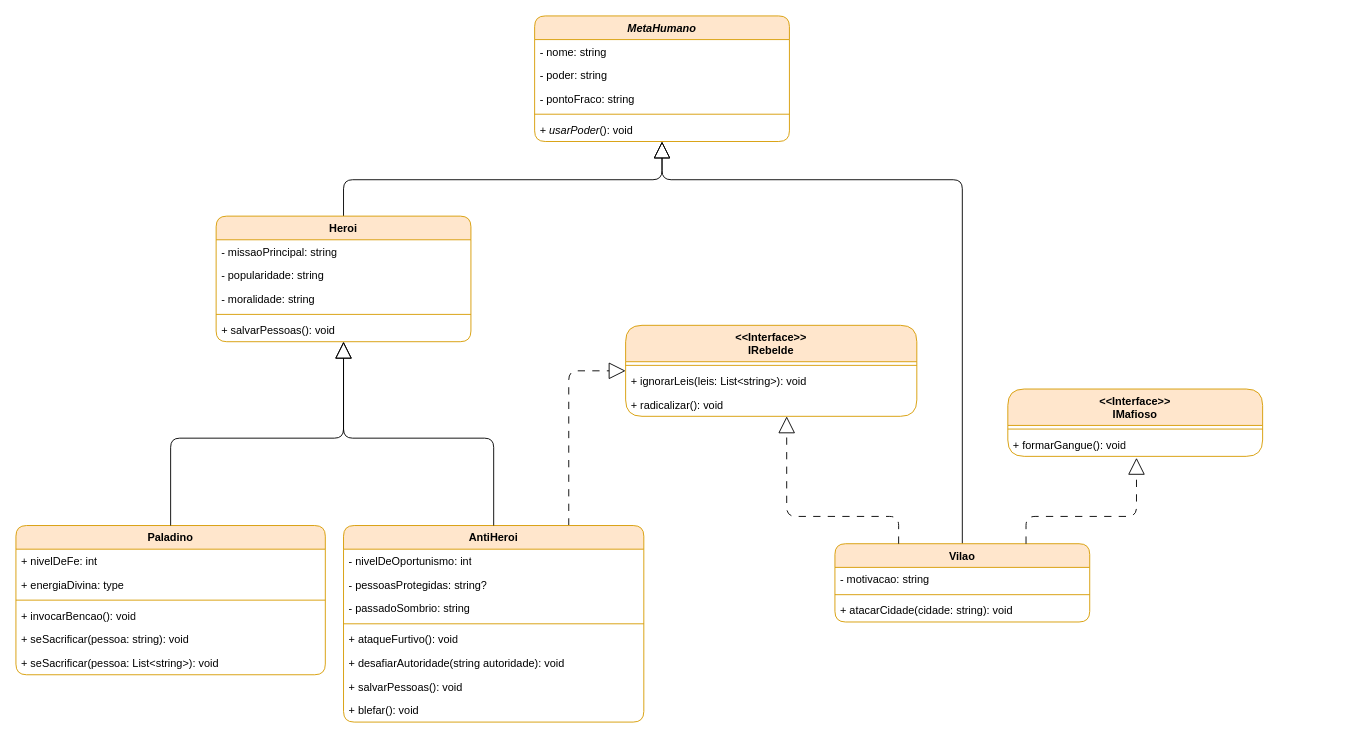
The draw.io diagram docs/Diagrama de Classes MetaHumano.drawio in VitorPaulinoG/Metahumanos, before the edit. Source tidied: cells renumbered, new cells numbered last; positions are measured from the earlier drawing's top-left corner, leaving out a move shared by most shapes. Both pictures are drawn from the tidied source at 91%, with x=0, y=0 at pixel (15, 15).
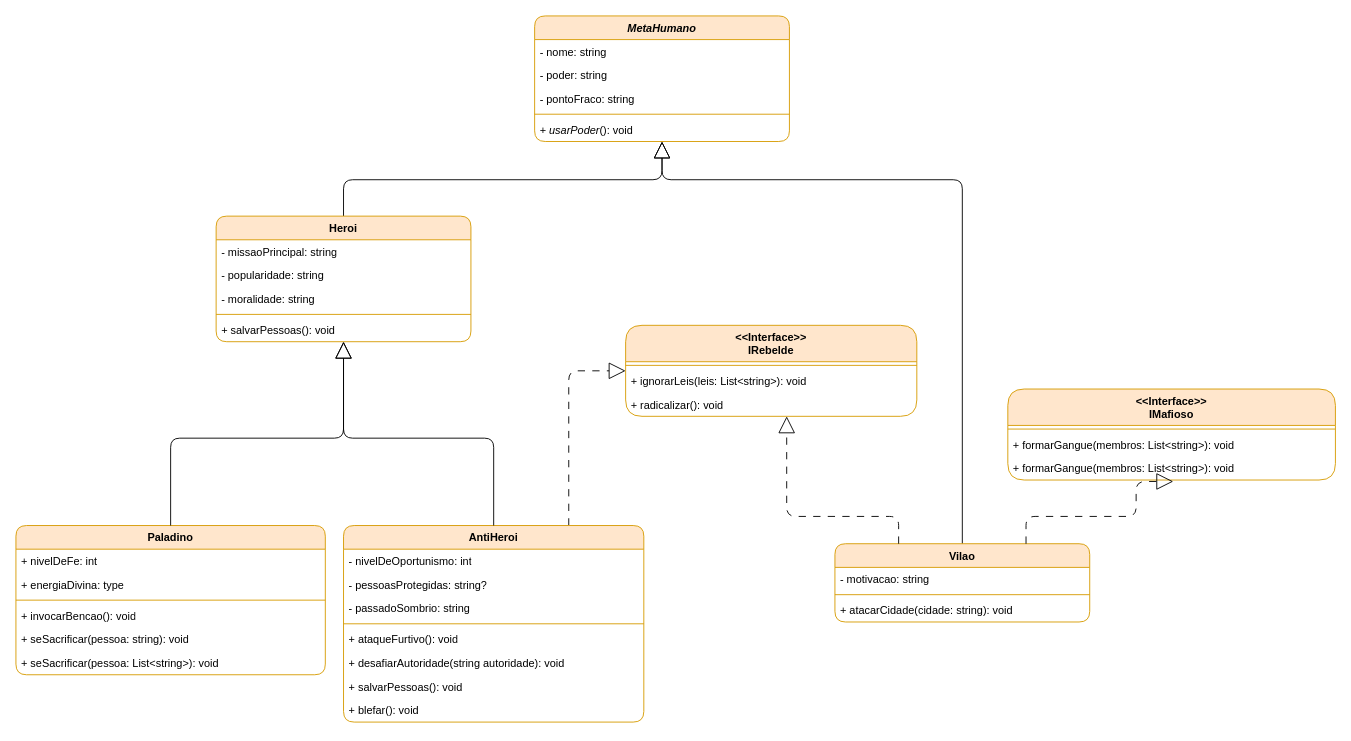
Above is the later version.

What changed in the source:
```diff
@@
     <mxCell id="43" value="&lt;div&gt;&lt;font face=&quot;Cascadia Code&quot;&gt;&amp;lt;&amp;lt;Interface&amp;gt;&amp;gt;&lt;/font&gt;&lt;/div&gt;&lt;div&gt;&lt;font face=&quot;Cascadia Code&quot;&gt;IMafioso&lt;/font&gt;&lt;/div&gt;" style="swimlane;fontStyle=1;align=center;verticalAlign=top;horizontal=1;startSize=40;whiteSpace=wrap;html=1;rounded=1;fillColor=#ffe6cc;strokeColor=#d79b00;" parent="1" vertex="1">
-      <mxGeometry x="1090" y="410" width="280" height="74" as="geometry" />
+      <mxGeometry x="1090" y="410" width="360" height="100" as="geometry" />
     </mxCell>
     <mxCell id="44" style="line;strokeWidth=1;fillColor=none;align=left;verticalAlign=middle;spacingTop=-1;spacingLeft=3;spacingRight=3;labelPosition=right;strokeColor=inherit;" parent="43" vertex="1">
-      <mxGeometry y="40" width="280" height="8" as="geometry" />
+      <mxGeometry y="40" width="360" height="8" as="geometry" />
     </mxCell>
+    <mxCell id="48" value="&lt;font face=&quot;Cascadia Code&quot;&gt;+ formarGangue(membros: List&amp;lt;string&amp;gt;): void&lt;/font&gt;" style="text;strokeColor=none;fillColor=none;align=left;verticalAlign=top;spacingLeft=4;spacingRight=4;overflow=hidden;whiteSpace=wrap;html=1;" parent="43" vertex="1">
+      <mxGeometry y="48" width="360" height="26" as="geometry" />
+    </mxCell>
-    <mxCell id="45" value="&lt;font face=&quot;Cascadia Code&quot;&gt;+ formarGangue(): void&lt;/font&gt;" style="text;strokeColor=none;fillColor=none;align=left;verticalAlign=top;spacingLeft=4;spacingRight=4;overflow=hidden;points=[[0,0.5],[1,0.5]];portConstraint=eastwest;whiteSpace=wrap;html=1;" parent="43" vertex="1">
-      <mxGeometry y="48" width="280" height="26" as="geometry" />
+    <mxCell id="45" value="&lt;font face=&quot;Cascadia Code&quot;&gt;+ formarGangue(membros: List&amp;lt;string&amp;gt;): void&lt;/font&gt;" style="text;strokeColor=none;fillColor=none;align=left;verticalAlign=top;spacingLeft=4;spacingRight=4;overflow=hidden;points=[[0,0.5],[1,0.5]];portConstraint=eastwest;whiteSpace=wrap;html=1;" parent="43" vertex="1">
+      <mxGeometry y="74" width="360" height="26" as="geometry" />
     </mxCell>
```
